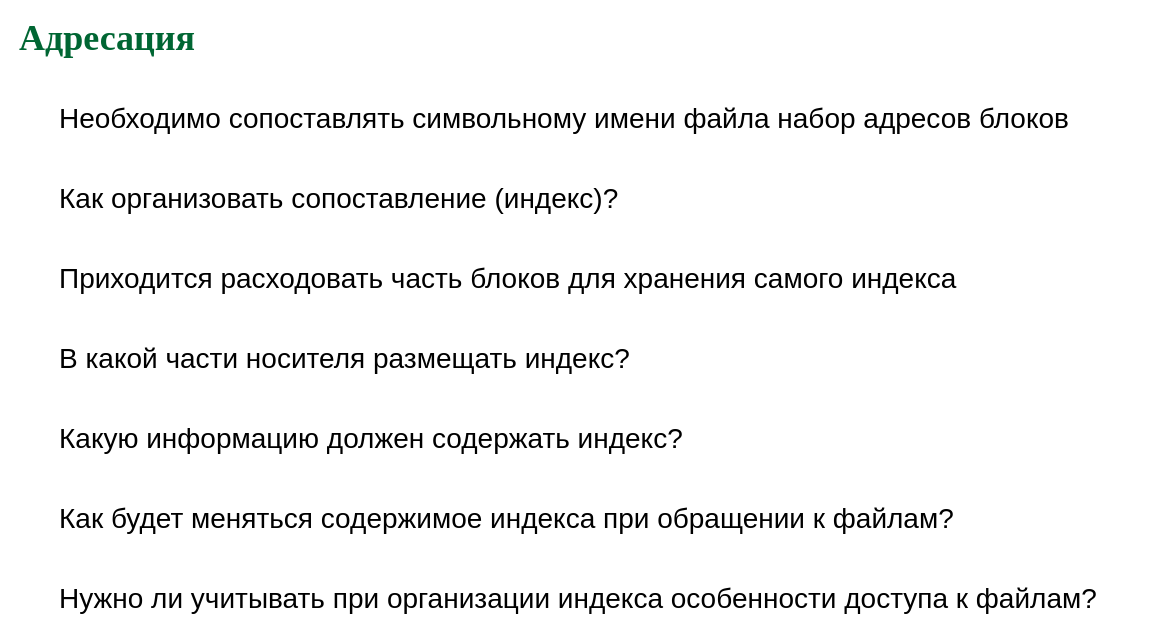
The draw.io diagram page "physlog" (4 of 18) of slides/extsto.drawio in 77maxikov/os_course, before the edit. Source tidied: cells renumbered, new cells numbered last; positions are measured from the earlier drawing's top-left corner, leaving out a move shared by most shapes. Both pictures are drawn from the tidied source at 100%, with x=0, y=0 at pixel (17, 28).
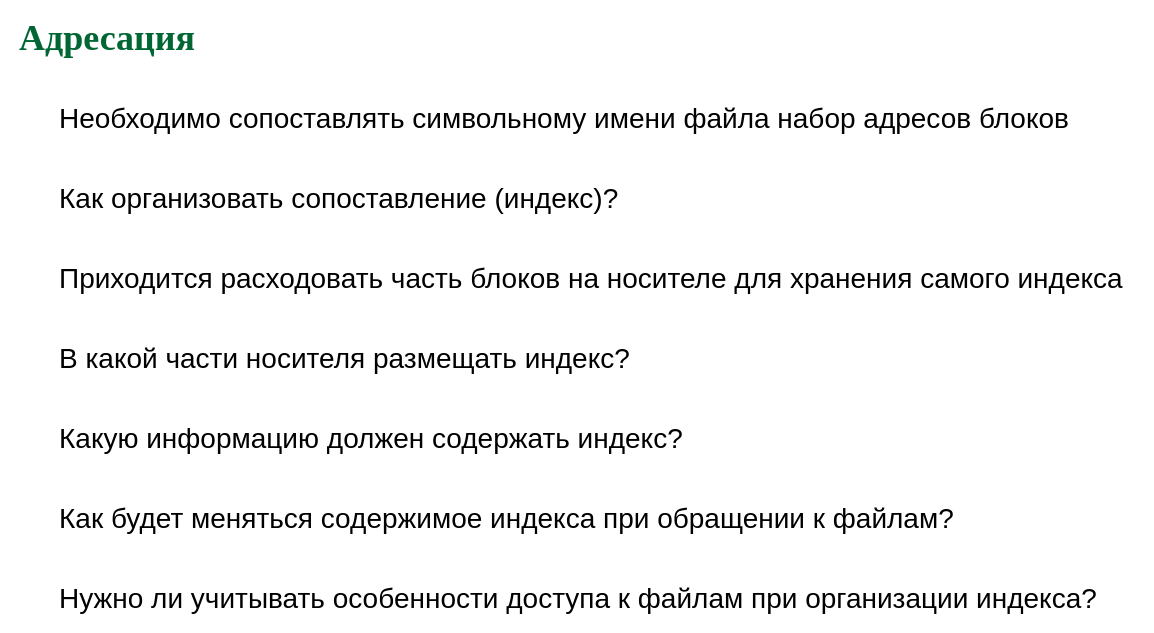
After the change.

Diff of the diagram source:
```diff
@@
 <mxGraphModel>
   <root>
     <mxCell id="0" />
     <mxCell id="1" parent="0" />
     <mxCell id="2" value="&lt;font color=&quot;#006633&quot; face=&quot;garamond&quot;&gt;&lt;span style=&quot;font-size: 36px&quot;&gt;&lt;b&gt;Адресация&lt;/b&gt;&lt;/span&gt;&lt;/font&gt;" style="text;html=1;align=left;verticalAlign=middle;whiteSpace=wrap;rounded=0;" parent="1" vertex="1">
       <mxGeometry width="920" height="20" as="geometry" />
     </mxCell>
     <mxCell id="3" value="&lt;span style=&quot;font-size: 28px&quot;&gt;Необходимо сопоставлять символьному имени файла набор адресов блоков&lt;/span&gt;" style="text;html=1;align=left;verticalAlign=middle;" parent="1" vertex="1">
       <mxGeometry x="40" y="80" width="1030" height="20" as="geometry" />
     </mxCell>
-    <mxCell id="4" value="&lt;span style=&quot;font-size: 28px&quot;&gt;Приходится расходовать часть блоков для хранения самого индекса&lt;/span&gt;" style="text;html=1;align=left;verticalAlign=middle;" parent="1" vertex="1">
-      <mxGeometry x="40" y="240" width="910" height="20" as="geometry" />
+    <mxCell id="4" value="&lt;span style=&quot;font-size: 28px&quot;&gt;Приходится расходовать часть блоков на носителе для хранения самого индекса&lt;/span&gt;" style="text;html=1;align=left;verticalAlign=middle;" parent="1" vertex="1">
+      <mxGeometry x="40" y="240" width="1080" height="20" as="geometry" />
     </mxCell>
     <mxCell id="5" value="&lt;span style=&quot;font-size: 28px&quot;&gt;Как организовать сопоставление (индекс)?&lt;/span&gt;" style="text;html=1;align=left;verticalAlign=middle;" parent="1" vertex="1">
       <mxGeometry x="40" y="160" width="570" height="20" as="geometry" />
     </mxCell>
     <mxCell id="6" value="&lt;span style=&quot;font-size: 28px&quot;&gt;В какой части носителя размещать индекс?&lt;/span&gt;" style="text;html=1;align=left;verticalAlign=middle;" parent="1" vertex="1">
       <mxGeometry x="40" y="320" width="590" height="20" as="geometry" />
     </mxCell>
     <mxCell id="7" value="&lt;span style=&quot;font-size: 28px&quot;&gt;Какую информацию должен содержать индекс?&lt;/span&gt;" style="text;html=1;align=left;verticalAlign=middle;" parent="1" vertex="1">
       <mxGeometry x="40" y="400" width="640" height="20" as="geometry" />
     </mxCell>
     <mxCell id="8" value="&lt;span style=&quot;font-size: 28px&quot;&gt;Как будет меняться содержимое индекса при обращении к файлам?&lt;/span&gt;" style="text;html=1;align=left;verticalAlign=middle;" parent="1" vertex="1">
       <mxGeometry x="40" y="480" width="910" height="20" as="geometry" />
     </mxCell>
-    <mxCell id="9" value="&lt;span style=&quot;font-size: 28px&quot;&gt;Нужно ли учитывать при организации индекса особенности доступа к файлам?&lt;/span&gt;" style="text;html=1;align=left;verticalAlign=middle;" parent="1" vertex="1">
+    <mxCell id="9" value="&lt;span style=&quot;font-size: 28px&quot;&gt;Нужно ли учитывать&amp;nbsp;&lt;/span&gt;&lt;span style=&quot;font-size: 28px&quot;&gt;особенности доступа к файлам&amp;nbsp;&lt;/span&gt;&lt;span style=&quot;font-size: 28px&quot;&gt;при организации индекса?&lt;/span&gt;" style="text;html=1;align=left;verticalAlign=middle;" parent="1" vertex="1">
       <mxGeometry x="40" y="560" width="1050" height="20" as="geometry" />
     </mxCell>
   </root>
 </mxGraphModel>
```
